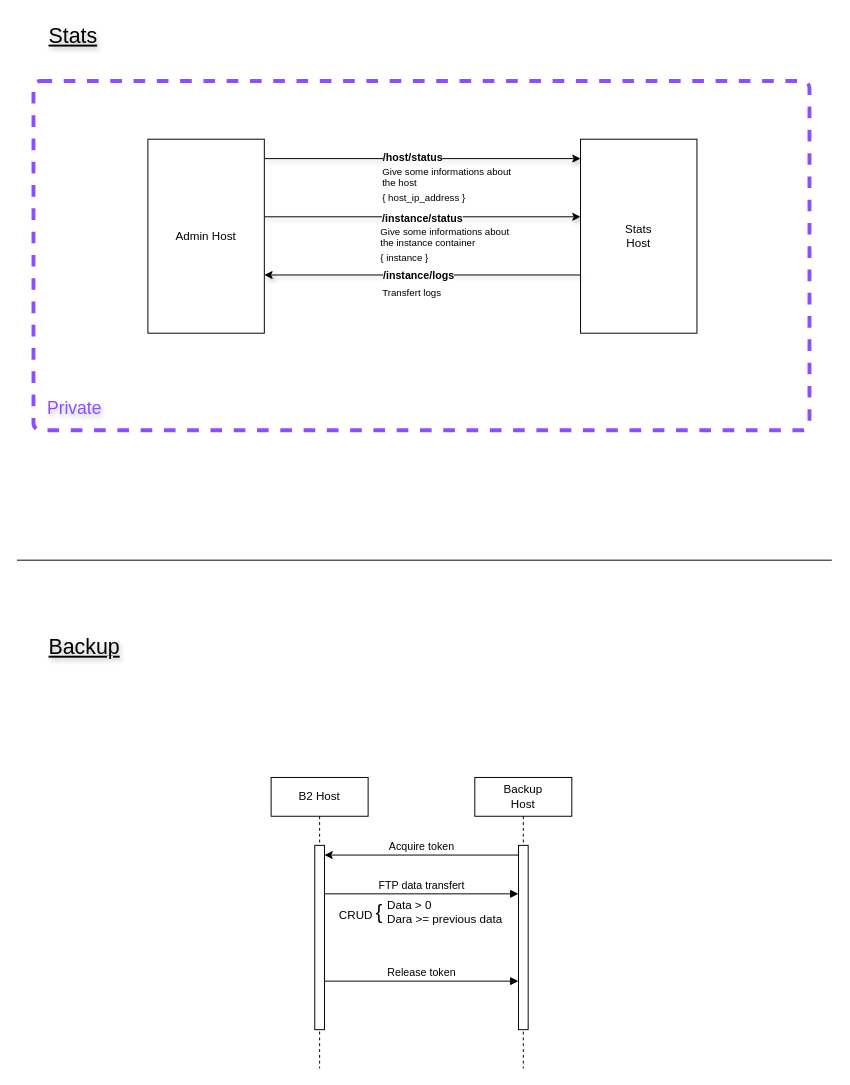
The draw.io diagram doc/Admin.drawio in yesbabylon/b2, before the edit. Source tidied: cells renumbered, new cells numbered last; positions are measured from the earlier drawing's top-left corner, leaving out a move shared by most shapes. Both pictures are drawn from the tidied source at 97%, with x=0, y=0 at pixel (16, 16).
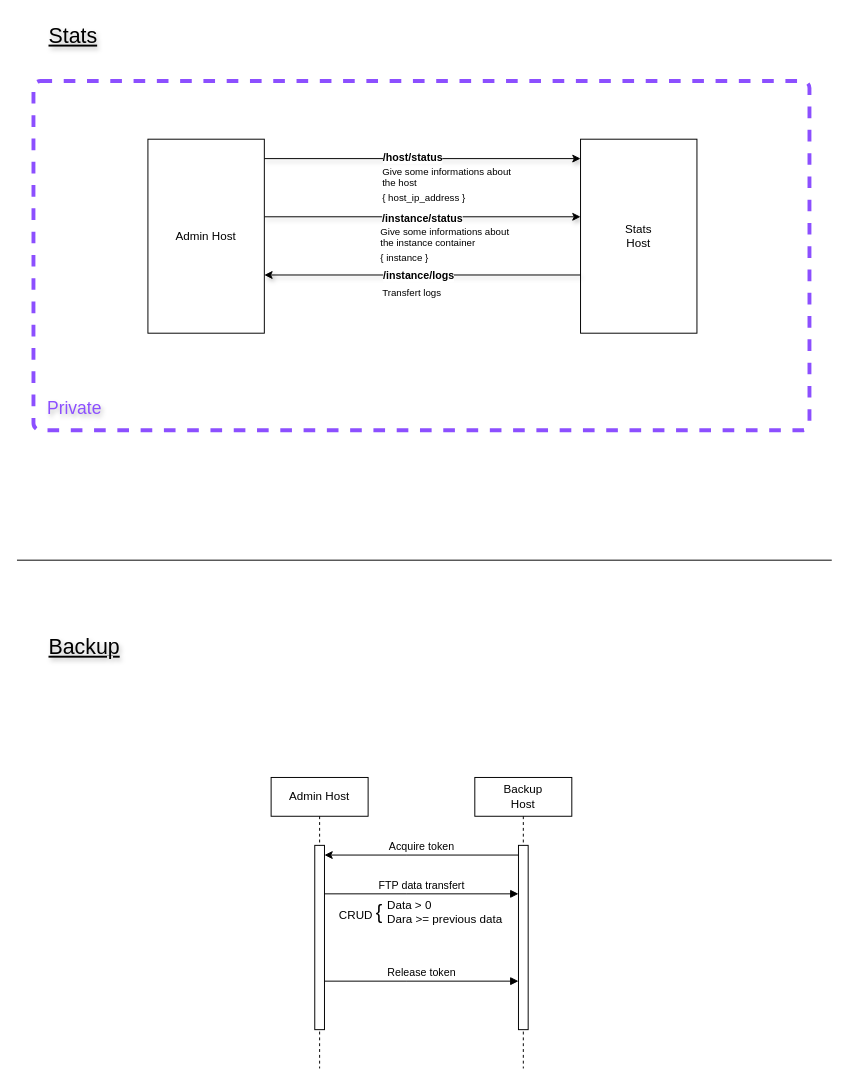
The same diagram, later.

Commit message (it also covers changes not shown here):
Added admin chart

Change to the diagram source:
```diff
@@
-    <mxCell id="18" value="B2 Host" style="shape=umlLifeline;perimeter=lifelinePerimeter;whiteSpace=wrap;html=1;newEdgeStyle={&quot;edgeStyle&quot;:&quot;elbowEdgeStyle&quot;,&quot;elbow&quot;:&quot;vertical&quot;,&quot;curved&quot;:0,&quot;rounded&quot;:0};" parent="1" vertex="1">
+    <mxCell id="18" value="Admin Host" style="shape=umlLifeline;perimeter=lifelinePerimeter;whiteSpace=wrap;html=1;newEdgeStyle={&quot;edgeStyle&quot;:&quot;elbowEdgeStyle&quot;,&quot;elbow&quot;:&quot;vertical&quot;,&quot;curved&quot;:0,&quot;rounded&quot;:0};" parent="1" vertex="1">
       <mxGeometry x="262" y="784" width="100" height="300" as="geometry" />
     </mxCell>
```
